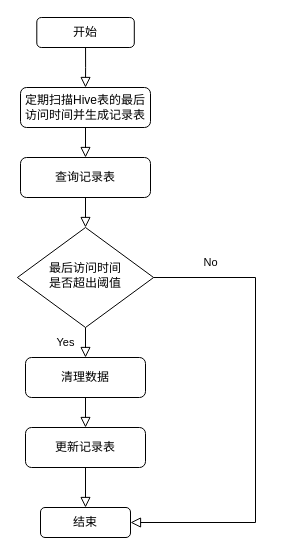
The draw.io diagram page "Page-1" (1 of 2) of diagrams/数据清理流程.drawio in duanjiatao/others, before the edit. Source tidied: cells renumbered, new cells numbered last; positions are measured from the earlier drawing's top-left corner, leaving out a move shared by most shapes. Both pictures are drawn from the tidied source at 100%, with x=0, y=0 at pixel (17, 17).
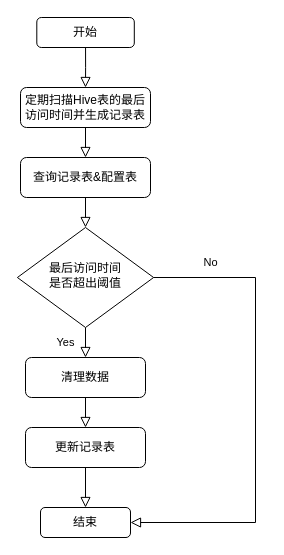
After the change.

Commit message:
更新数据清理流程.drawio

What changed in the source:
```diff
@@
 <mxGraphModel>
   <root>
     <mxCell id="0" />
     <mxCell id="1" parent="0" />
     <mxCell id="2" style="rounded=0;html=1;jettySize=auto;fontSize=11;endArrow=block;endFill=0;endSize=8;strokeWidth=1;shadow=0;labelBackgroundColor=none;edgeStyle=orthogonalEdgeStyle;entryX=0.5;entryY=0;entryDx=0;entryDy=0;" parent="1" edge="1" source="3" target="12">
       <mxGeometry relative="1" as="geometry" />
     </mxCell>
     <mxCell id="3" value="定期扫描Hive表的最后访问时间并生成记录表" style="rounded=1;whiteSpace=wrap;html=1;fontSize=12;glass=0;strokeWidth=1;shadow=0;" parent="1" vertex="1">
       <mxGeometry x="3" y="70" width="130" height="40" as="geometry" />
     </mxCell>
     <mxCell id="4" value="Yes" style="rounded=0;html=1;jettySize=auto;fontSize=11;endArrow=block;endFill=0;endSize=8;strokeWidth=1;shadow=0;labelBackgroundColor=none;edgeStyle=orthogonalEdgeStyle;entryX=0.5;entryY=0;entryDx=0;entryDy=0;" parent="1" edge="1" source="5" target="6">
       <mxGeometry y="20" relative="1" as="geometry" />
     </mxCell>
     <mxCell id="5" value="最后访问时间&lt;br&gt;是否超出阈值" style="rhombus;whiteSpace=wrap;html=1;shadow=0;fontFamily=Helvetica;fontSize=12;align=center;strokeWidth=1;spacing=6;spacingTop=-4;" parent="1" vertex="1">
       <mxGeometry x="-0.1" y="210" width="136.2" height="100" as="geometry" />
     </mxCell>
     <mxCell id="6" value="清理数据" style="rounded=1;whiteSpace=wrap;html=1;fontSize=12;glass=0;strokeWidth=1;shadow=0;" parent="1" vertex="1">
       <mxGeometry x="8" y="340" width="120" height="40" as="geometry" />
     </mxCell>
     <mxCell id="7" value="开始" style="rounded=1;whiteSpace=wrap;html=1;fontSize=12;glass=0;strokeWidth=1;shadow=0;" parent="1" vertex="1">
       <mxGeometry x="19.3" width="97.5" height="30" as="geometry" />
     </mxCell>
     <mxCell id="8" value="结束" style="rounded=1;whiteSpace=wrap;html=1;fontSize=12;glass=0;strokeWidth=1;shadow=0;" parent="1" vertex="1">
       <mxGeometry x="23" y="490" width="90" height="30" as="geometry" />
     </mxCell>
     <mxCell id="9" style="rounded=0;html=1;jettySize=auto;fontSize=11;endArrow=block;endFill=0;endSize=8;strokeWidth=1;shadow=0;labelBackgroundColor=none;edgeStyle=orthogonalEdgeStyle;exitX=0.5;exitY=1;exitDx=0;exitDy=0;entryX=0.5;entryY=0;entryDx=0;entryDy=0;" parent="1" edge="1" source="7" target="3">
       <mxGeometry relative="1" as="geometry" />
     </mxCell>
     <mxCell id="10" style="rounded=0;html=1;jettySize=auto;fontSize=11;endArrow=block;endFill=0;endSize=8;strokeWidth=1;shadow=0;labelBackgroundColor=none;edgeStyle=orthogonalEdgeStyle;exitX=0.5;exitY=1;exitDx=0;exitDy=0;entryX=0.5;entryY=0;entryDx=0;entryDy=0;" parent="1" edge="1" source="6" target="14">
       <mxGeometry relative="1" as="geometry" />
     </mxCell>
     <mxCell id="11" value="No" style="edgeStyle=orthogonalEdgeStyle;rounded=0;html=1;jettySize=auto;fontSize=11;endArrow=block;endFill=0;endSize=8;strokeWidth=1;shadow=0;labelBackgroundColor=none;exitX=1;exitY=0.5;exitDx=0;exitDy=0;entryX=1;entryY=0.5;entryDx=0;entryDy=0;" parent="1" edge="1" source="5" target="8">
       <mxGeometry x="-0.76" y="15" relative="1" as="geometry">
         <Array as="points">
           <mxPoint x="238" y="260" />
           <mxPoint x="238" y="505" />
         </Array>
       </mxGeometry>
     </mxCell>
-    <mxCell id="12" value="查询记录表" style="rounded=1;whiteSpace=wrap;html=1;fontSize=12;glass=0;strokeWidth=1;shadow=0;" parent="1" vertex="1">
+    <mxCell id="12" value="查询记录表&amp;amp;配置表" style="rounded=1;whiteSpace=wrap;html=1;fontSize=12;glass=0;strokeWidth=1;shadow=0;" parent="1" vertex="1">
       <mxGeometry x="3" y="140" width="130" height="40" as="geometry" />
     </mxCell>
     <mxCell id="13" style="rounded=0;html=1;jettySize=auto;fontSize=11;endArrow=block;endFill=0;endSize=8;strokeWidth=1;shadow=0;labelBackgroundColor=none;edgeStyle=orthogonalEdgeStyle;entryX=0.5;entryY=0;entryDx=0;entryDy=0;exitX=0.5;exitY=1;exitDx=0;exitDy=0;" parent="1" edge="1" source="12" target="5">
       <mxGeometry relative="1" as="geometry" />
     </mxCell>
     <mxCell id="14" value="更新记录表" style="rounded=1;whiteSpace=wrap;html=1;fontSize=12;glass=0;strokeWidth=1;shadow=0;" parent="1" vertex="1">
       <mxGeometry x="8" y="410" width="120" height="40" as="geometry" />
     </mxCell>
     <mxCell id="15" style="rounded=0;html=1;jettySize=auto;fontSize=11;endArrow=block;endFill=0;endSize=8;strokeWidth=1;shadow=0;labelBackgroundColor=none;edgeStyle=orthogonalEdgeStyle;exitX=0.5;exitY=1;exitDx=0;exitDy=0;entryX=0.5;entryY=0;entryDx=0;entryDy=0;" parent="1" edge="1" source="14" target="8">
       <mxGeometry relative="1" as="geometry" />
     </mxCell>
   </root>
 </mxGraphModel>
```
